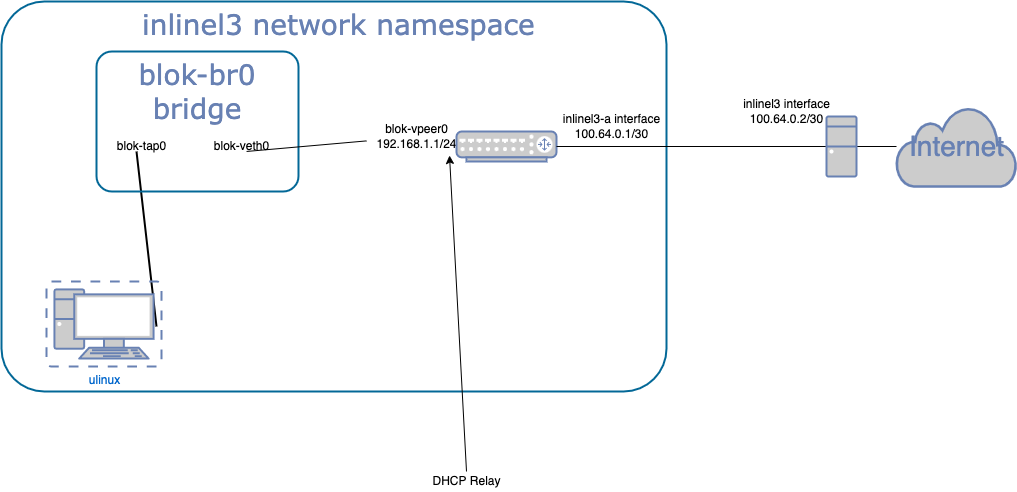
inverse-inc/packetfence keeps this draw.io diagram as t/venom/test_suites/inline/l3/Diagram.png. Above is the earlier version. Source tidied: cells renumbered, new cells last; positions are measured from the earlier drawing's top-left corner, leaving out a move shared by most shapes. Source of this version:
```xml
<mxGraphModel>
  <root>
    <mxCell id="0" />
    <mxCell id="1" parent="0" />
    <mxCell id="2" value="&amp;nbsp;inlinel3 network namespace" style="rounded=1;whiteSpace=wrap;html=1;shadow=0;comic=0;strokeColor=#036897;strokeWidth=2;fillColor=none;fontFamily=Verdana;fontSize=28;fontColor=#6881B3;align=center;arcSize=11;verticalAlign=top;" parent="1" vertex="1">
      <mxGeometry width="665" height="390" as="geometry" />
    </mxCell>
    <mxCell id="3" style="edgeStyle=none;html=1;labelBackgroundColor=none;endArrow=none;endFill=0;strokeWidth=2;fontFamily=Verdana;fontSize=15;fontColor=#036897;exitX=1;exitY=0.5;exitDx=0;exitDy=0;exitPerimeter=0;" parent="1" edge="1">
      <mxGeometry relative="1" as="geometry">
        <mxPoint x="155" y="325" as="sourcePoint" />
        <mxPoint x="135" y="150" as="targetPoint" />
      </mxGeometry>
    </mxCell>
    <mxCell id="4" style="edgeStyle=orthogonalEdgeStyle;rounded=0;jettySize=auto;html=1;endArrow=none;endFill=0;" parent="1" edge="1" source="5" target="16">
      <mxGeometry relative="1" as="geometry" />
    </mxCell>
    <mxCell id="5" value="Internet" style="html=1;fillColor=#CCCCCC;strokeColor=#6881B3;gradientColor=none;gradientDirection=north;strokeWidth=2;shape=mxgraph.networks.cloud;fontColor=#6881B3;rounded=0;shadow=0;comic=0;align=center;fontSize=28;" parent="1" vertex="1">
      <mxGeometry x="895" y="105" width="120" height="80" as="geometry" />
    </mxCell>
    <mxCell id="6" value="inlinel3 interface&lt;br&gt;100.64.0.2/30" style="text;html=1;align=center;verticalAlign=middle;strokeColor=none;fillColor=none;" parent="1" vertex="1">
      <mxGeometry x="735" y="95" width="100" height="30" as="geometry" />
    </mxCell>
    <mxCell id="7" value="inlinel3-a interface&lt;br&gt;100.64.0.1/30" style="text;html=1;align=center;verticalAlign=middle;strokeColor=none;fillColor=none;" parent="1" vertex="1">
      <mxGeometry x="555" y="110" width="110" height="30" as="geometry" />
    </mxCell>
    <mxCell id="8" value="blok-vpeer0&lt;br&gt;192.168.1.1/24" style="text;html=1;align=center;verticalAlign=middle;points=[];strokeColor=none;fillColor=none;" parent="1" vertex="1">
      <mxGeometry x="365" y="120" width="100" height="30" as="geometry" />
    </mxCell>
    <mxCell id="9" value="blok-veth0" style="text;html=1;align=center;verticalAlign=middle;strokeColor=none;fillColor=none;" parent="1" vertex="1">
      <mxGeometry x="205" y="135" width="70" height="20" as="geometry" />
    </mxCell>
    <mxCell id="10" value="blok-tap0" style="text;html=1;align=center;verticalAlign=middle;strokeColor=none;fillColor=none;" parent="1" vertex="1">
      <mxGeometry x="105" y="135" width="70" height="20" as="geometry" />
    </mxCell>
    <mxCell id="11" value="blok-br0&lt;br&gt;bridge" style="rounded=1;whiteSpace=wrap;html=1;shadow=0;comic=0;strokeColor=#036897;strokeWidth=2;fillColor=none;fontFamily=Verdana;fontSize=28;fontColor=#6881B3;align=center;arcSize=11;verticalAlign=top;" parent="1" vertex="1">
      <mxGeometry x="95" y="50" width="202" height="140" as="geometry" />
    </mxCell>
    <mxCell id="12" style="fontColor=#0066CC;verticalAlign=top;verticalLabelPosition=bottom;labelPosition=center;align=center;html=1;outlineConnect=0;fillColor=#CCCCCC;strokeColor=#6881B3;gradientColor=none;gradientDirection=north;strokeWidth=2;shape=mxgraph.networks.router;" parent="1" vertex="1">
      <mxGeometry x="455" y="130" width="100" height="30" as="geometry" />
    </mxCell>
    <mxCell id="13" style="endArrow=none;html=1;rounded=0;exitX=0.743;exitY=0.714;exitDx=0;exitDy=0;exitPerimeter=0;" parent="1" edge="1" source="11" target="8">
      <mxGeometry relative="1" as="geometry" />
    </mxCell>
    <mxCell id="14" value="ulinux" style="fontColor=#0066CC;verticalAlign=top;verticalLabelPosition=bottom;labelPosition=center;align=center;html=1;fillColor=#CCCCCC;strokeColor=#6881B3;gradientColor=none;gradientDirection=north;strokeWidth=2;shape=mxgraph.networks.virtual_pc;" parent="1" vertex="1">
      <mxGeometry x="45" y="280" width="115" height="85" as="geometry" />
    </mxCell>
    <mxCell id="15" style="edgeStyle=orthogonalEdgeStyle;rounded=0;jettySize=auto;html=1;entryX=1;entryY=0.5;entryDx=0;entryDy=0;entryPerimeter=0;endArrow=none;endFill=0;" parent="1" edge="1" source="16" target="12">
      <mxGeometry relative="1" as="geometry" />
    </mxCell>
    <mxCell id="16" style="fontColor=#0066CC;verticalAlign=top;verticalLabelPosition=bottom;labelPosition=center;align=center;html=1;outlineConnect=0;fillColor=#CCCCCC;strokeColor=#6881B3;gradientColor=none;gradientDirection=north;strokeWidth=2;shape=mxgraph.networks.desktop_pc;" parent="1" vertex="1">
      <mxGeometry x="825" y="115" width="30" height="60" as="geometry" />
    </mxCell>
    <mxCell id="17" style="endArrow=classic;html=1;rounded=0;entryX=0.83;entryY=1.133;entryDx=0;entryDy=0;entryPerimeter=0;" parent="1" edge="1" target="8">
      <mxGeometry relative="1" as="geometry">
        <mxPoint x="465" y="470" as="sourcePoint" />
      </mxGeometry>
    </mxCell>
    <mxCell id="18" value="DHCP Relay" style="text;html=1;align=center;verticalAlign=middle;strokeColor=none;fillColor=none;" parent="1" vertex="1">
      <mxGeometry x="425" y="470" width="80" height="20" as="geometry" />
    </mxCell>
  </root>
</mxGraphModel>
```
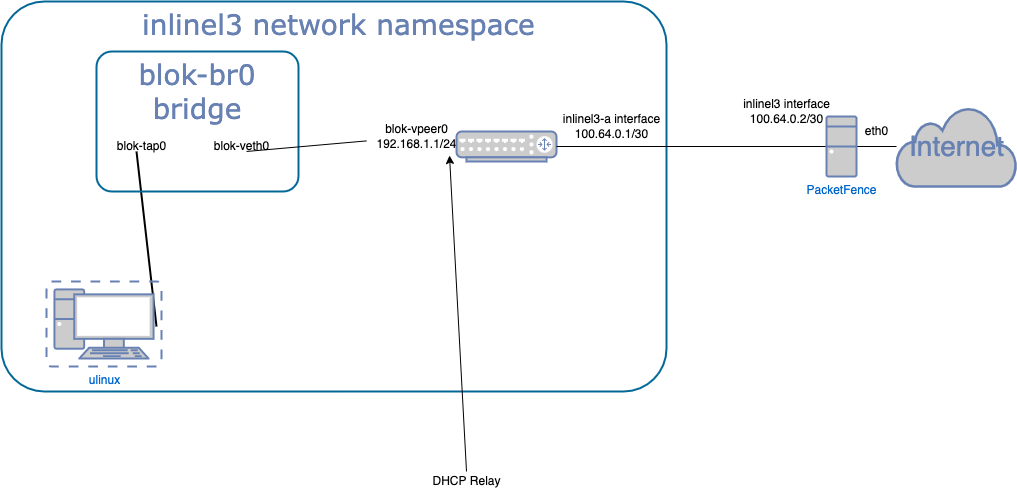
After the change.

The edit, as a diff of the source:
```diff
@@ -47,7 +47,7 @@
     <mxCell id="15" style="edgeStyle=orthogonalEdgeStyle;rounded=0;jettySize=auto;html=1;entryX=1;entryY=0.5;entryDx=0;entryDy=0;entryPerimeter=0;endArrow=none;endFill=0;" parent="1" edge="1" source="16" target="12">
       <mxGeometry relative="1" as="geometry" />
     </mxCell>
-    <mxCell id="16" style="fontColor=#0066CC;verticalAlign=top;verticalLabelPosition=bottom;labelPosition=center;align=center;html=1;outlineConnect=0;fillColor=#CCCCCC;strokeColor=#6881B3;gradientColor=none;gradientDirection=north;strokeWidth=2;shape=mxgraph.networks.desktop_pc;" parent="1" vertex="1">
+    <mxCell id="16" value="PacketFence" style="fontColor=#0066CC;verticalAlign=top;verticalLabelPosition=bottom;labelPosition=center;align=center;html=1;outlineConnect=0;fillColor=#CCCCCC;strokeColor=#6881B3;gradientColor=none;gradientDirection=north;strokeWidth=2;shape=mxgraph.networks.desktop_pc;" parent="1" vertex="1">
       <mxGeometry x="825" y="115" width="30" height="60" as="geometry" />
     </mxCell>
     <mxCell id="17" style="endArrow=classic;html=1;rounded=0;entryX=0.83;entryY=1.133;entryDx=0;entryDy=0;entryPerimeter=0;" parent="1" edge="1" target="8">
@@ -58,5 +58,8 @@
     <mxCell id="18" value="DHCP Relay" style="text;html=1;align=center;verticalAlign=middle;strokeColor=none;fillColor=none;" parent="1" vertex="1">
       <mxGeometry x="425" y="470" width="80" height="20" as="geometry" />
     </mxCell>
+    <mxCell id="19" value="eth0" style="text;html=1;align=center;verticalAlign=middle;strokeColor=none;fillColor=none;" parent="1" vertex="1">
+      <mxGeometry x="855" y="120" width="40" height="20" as="geometry" />
+    </mxCell>
   </root>
 </mxGraphModel>
```
